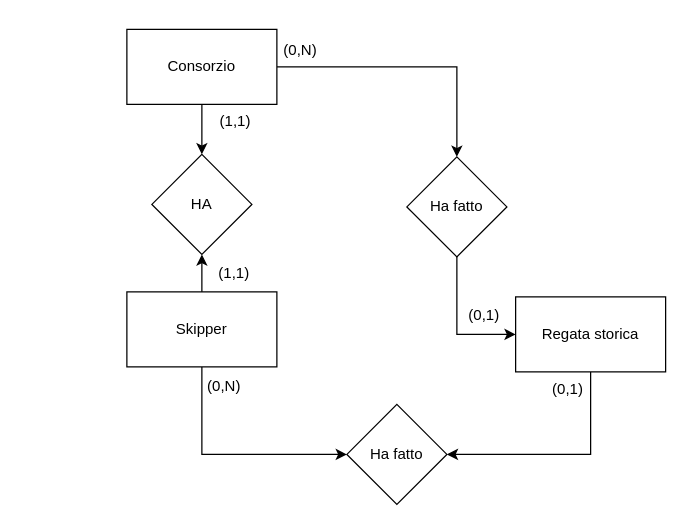
Earlier version of the draw.io diagram Coppa America.drawio (justvicthor/justvicthor). Source tidied: cells renumbered, new cells numbered last; positions are measured from the earlier drawing's top-left corner, leaving out a move shared by most shapes. Both pictures are drawn from the tidied source at 125%, with x=0, y=0 at pixel (126, 29).
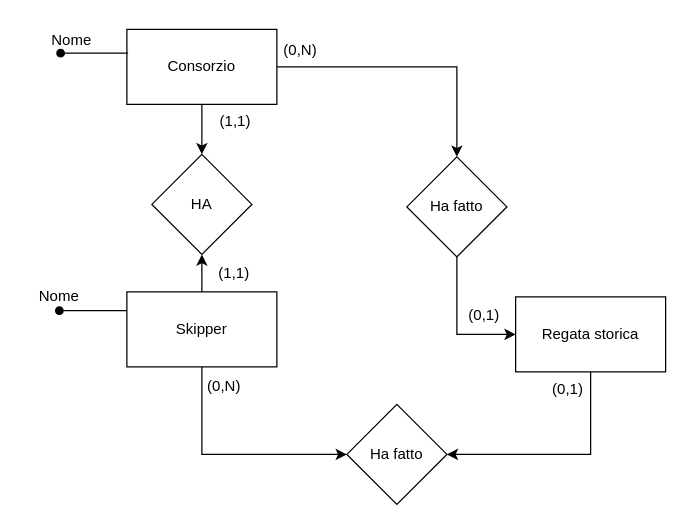
Above is the later version.

Unchanged cells that the change refers to:
```xml
<mxCell id="7" value="Skipper" style="rounded=0;whiteSpace=wrap;html=1;" parent="1" vertex="1">
  <mxGeometry y="210" width="120" height="60" as="geometry" />
</mxCell>
```

What changed in the source:
```diff
@@
+    <mxCell id="20" style="endArrow=oval;html=1;rounded=0;endFill=1;exitX=0;exitY=0.25;exitDx=0;exitDy=0;" parent="1" edge="1" source="7">
+      <mxGeometry relative="1" as="geometry">
+        <mxPoint x="-54" y="225" as="targetPoint" />
+      </mxGeometry>
+    </mxCell>
+    <mxCell id="21" value="Nome" style="text;html=1;strokeColor=none;fillColor=none;align=center;verticalAlign=middle;whiteSpace=wrap;rounded=0;" parent="1" vertex="1">
+      <mxGeometry x="-84" y="199" width="60" height="30" as="geometry" />
+    </mxCell>
+    <mxCell id="22" value="Nome" style="text;html=1;strokeColor=none;fillColor=none;align=center;verticalAlign=middle;whiteSpace=wrap;rounded=0;" parent="1" vertex="1">
+      <mxGeometry x="-74" y="-6" width="60" height="30" as="geometry" />
+    </mxCell>
+    <mxCell id="23" style="endArrow=oval;html=1;rounded=0;endFill=1;exitX=0;exitY=0.25;exitDx=0;exitDy=0;" parent="1" edge="1">
+      <mxGeometry relative="1" as="geometry">
+        <mxPoint x="1" y="19" as="sourcePoint" />
+        <mxPoint x="-53" y="19" as="targetPoint" />
+      </mxGeometry>
+    </mxCell>
```
